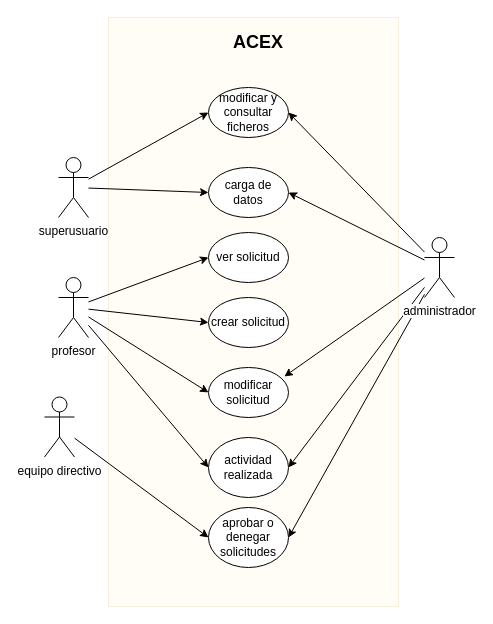
Earlier version of the draw.io diagram Diagramas/Diagrama casos de uso - copia.drawio (paularivero22/Equipo_1_Reto). Source tidied: cells renumbered, new cells numbered last; positions are measured from the earlier drawing's top-left corner, leaving out a move shared by most shapes. Both pictures are drawn from the tidied source at 100%, with x=0, y=0 at pixel (-42, 27).
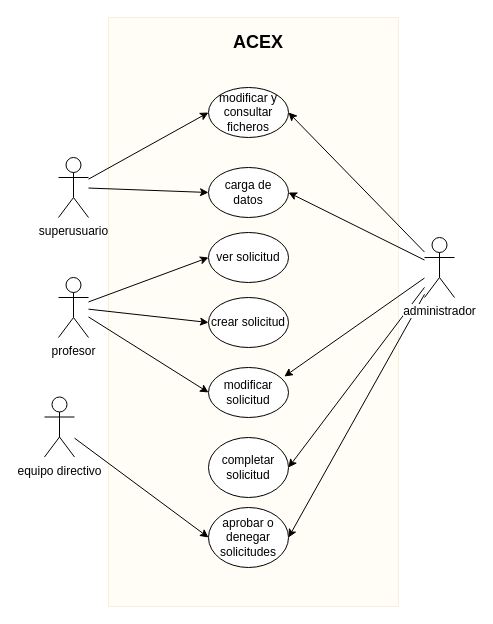
The same diagram, later.

Unchanged cells that the change refers to:
```xml
<mxCell id="24" value="profesor" style="shape=umlActor;verticalLabelPosition=bottom;verticalAlign=top;html=1;outlineConnect=0;" parent="1" vertex="1">
  <mxGeometry x="100" y="250" width="30" height="60" as="geometry" />
</mxCell>
```

What changed in the source:
```diff
@@
-    <mxCell id="22" style="edgeStyle=none;rounded=0;jettySize=auto;html=1;entryX=0;entryY=0.5;entryDx=0;entryDy=0;" parent="1" edge="1" source="24" target="25">
-      <mxGeometry relative="1" as="geometry" />
-    </mxCell>
@@
-    <mxCell id="25" value="actividad realizada" style="ellipse;whiteSpace=wrap;html=1;" parent="1" vertex="1">
+    <mxCell id="25" value="completar solicitud" style="ellipse;whiteSpace=wrap;html=1;" parent="1" vertex="1">
       <mxGeometry x="250" y="410" width="80" height="60" as="geometry" />
     </mxCell>
```
